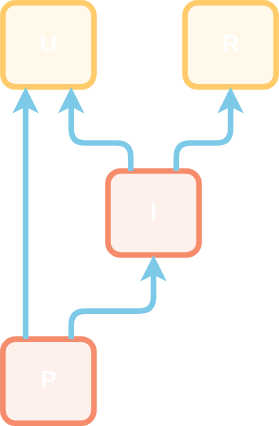
Before: drawio/urip.drawio.svg, a diagram exported from draw.io (alfertev2014/holyjs-2026-autumn). Source tidied: cells renumbered, new cells last; positions are measured from the earlier drawing's top-left corner, leaving out a move shared by most shapes. The source it was exported from:
```xml
<mxGraphModel>
  <root>
    <mxCell id="0" />
    <mxCell id="1" parent="0" />
    <mxCell id="2" value="&lt;span style=&quot;color: light-dark(rgb(255, 255, 255), rgb(255, 255, 255));&quot;&gt;U&lt;/span&gt;" style="rounded=1;whiteSpace=wrap;html=1;roundedPerimeter=1;strokeWidth=4;strokeColor=light-dark(#FFCB6B,#FFCB6B);fillColor=light-dark(#FFCB6B22,#FFCB6B22);fontSize=17;fontStyle=1;" parent="1" vertex="1">
      <mxGeometry width="65" height="60" as="geometry" />
    </mxCell>
    <mxCell id="3" value="&lt;span style=&quot;color: light-dark(rgb(255, 255, 255), rgb(255, 255, 255));&quot;&gt;R&lt;/span&gt;" style="rounded=1;whiteSpace=wrap;html=1;roundedPerimeter=1;strokeWidth=4;strokeColor=light-dark(#FFCB6B,#FFCB6B);fillColor=light-dark(#FFCB6B22,#FFCB6B22);fontSize=17;fontStyle=1;" parent="1" vertex="1">
      <mxGeometry x="130" width="65" height="60" as="geometry" />
    </mxCell>
    <mxCell id="4" value="&lt;span style=&quot;color: light-dark(rgb(255, 255, 255), rgb(255, 255, 255));&quot;&gt;I&lt;/span&gt;" style="rounded=1;whiteSpace=wrap;html=1;roundedPerimeter=1;strokeWidth=4;strokeColor=light-dark(#F78C6C,#F78C6C);fillColor=light-dark(#F78C6C22,#F78C6C22);fontSize=17;fontStyle=1;" parent="1" vertex="1">
      <mxGeometry x="75" y="120" width="65" height="60" as="geometry" />
    </mxCell>
    <mxCell id="5" value="&lt;span style=&quot;color: light-dark(rgb(255, 255, 255), rgb(255, 255, 255));&quot;&gt;P&lt;/span&gt;" style="rounded=1;whiteSpace=wrap;html=1;roundedPerimeter=1;strokeWidth=4;strokeColor=light-dark(#F78C6C,#F78C6C);fillColor=light-dark(#F78C6C22,#F78C6C22);fontSize=17;fontStyle=1;" parent="1" vertex="1">
      <mxGeometry y="240" width="65" height="60" as="geometry" />
    </mxCell>
    <mxCell id="6" style="endArrow=classic;html=1;strokeWidth=4;strokeColor=light-dark(#7DC9E8,#7DC9E8);edgeStyle=orthogonalEdgeStyle;exitX=0.25;exitY=0;exitDx=0;exitDy=0;entryX=0.75;entryY=1;entryDx=0;entryDy=0;" parent="1" edge="1" source="4" target="2">
      <mxGeometry relative="1" as="geometry">
        <Array as="points">
          <mxPoint x="91.3" y="100" />
          <mxPoint x="48.8" y="100" />
        </Array>
      </mxGeometry>
    </mxCell>
    <mxCell id="7" style="endArrow=classic;html=1;strokeWidth=4;strokeColor=light-dark(#7DC9E8,#7DC9E8);edgeStyle=orthogonalEdgeStyle;exitX=0.75;exitY=0;exitDx=0;exitDy=0;" parent="1" edge="1" source="4" target="3">
      <mxGeometry relative="1" as="geometry">
        <Array as="points">
          <mxPoint x="123.8" y="100" />
          <mxPoint x="162.5" y="100" />
        </Array>
      </mxGeometry>
    </mxCell>
    <mxCell id="8" style="endArrow=classic;html=1;strokeWidth=4;strokeColor=light-dark(#7DC9E8,#7DC9E8);edgeStyle=orthogonalEdgeStyle;exitX=0.75;exitY=0;exitDx=0;exitDy=0;" parent="1" edge="1" source="5" target="4">
      <mxGeometry relative="1" as="geometry">
        <Array as="points">
          <mxPoint x="48.8" y="220" />
          <mxPoint x="107.5" y="220" />
        </Array>
      </mxGeometry>
    </mxCell>
    <mxCell id="9" style="endArrow=classic;html=1;strokeWidth=4;strokeColor=light-dark(#7DC9E8,#7DC9E8);edgeStyle=orthogonalEdgeStyle;entryX=0.25;entryY=1;entryDx=0;entryDy=0;exitX=0.25;exitY=0;exitDx=0;exitDy=0;" parent="1" edge="1" source="5" target="2">
      <mxGeometry relative="1" as="geometry" />
    </mxCell>
  </root>
</mxGraphModel>
```
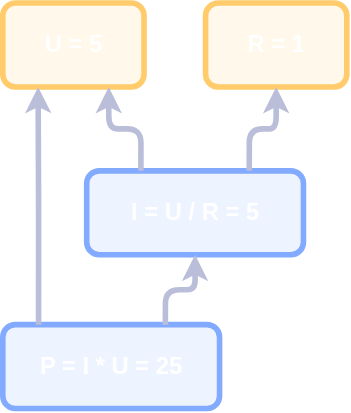
The same file after the commit.

Change to the diagram source:
```diff
@@ -2,43 +2,28 @@
   <root>
     <mxCell id="0" />
     <mxCell id="1" parent="0" />
-    <mxCell id="2" value="&lt;span style=&quot;color: light-dark(rgb(255, 255, 255), rgb(255, 255, 255));&quot;&gt;U&lt;/span&gt;" style="rounded=1;whiteSpace=wrap;html=1;roundedPerimeter=1;strokeWidth=4;strokeColor=light-dark(#FFCB6B,#FFCB6B);fillColor=light-dark(#FFCB6B22,#FFCB6B22);fontSize=17;fontStyle=1;" parent="1" vertex="1">
-      <mxGeometry width="65" height="60" as="geometry" />
+    <mxCell id="2" value="&lt;span style=&quot;color: light-dark(rgb(255, 255, 255), rgb(255, 255, 255));&quot;&gt;U = 5&lt;/span&gt;" style="rounded=1;whiteSpace=wrap;html=1;roundedPerimeter=1;strokeWidth=4;strokeColor=light-dark(#FFCB6B,#FFCB6B);fillColor=light-dark(#FFCB6B22,#FFCB6B22);fontSize=17;fontStyle=1;" parent="1" vertex="1">
+      <mxGeometry x="-25" y="-10" width="101" height="60" as="geometry" />
     </mxCell>
-    <mxCell id="3" value="&lt;span style=&quot;color: light-dark(rgb(255, 255, 255), rgb(255, 255, 255));&quot;&gt;R&lt;/span&gt;" style="rounded=1;whiteSpace=wrap;html=1;roundedPerimeter=1;strokeWidth=4;strokeColor=light-dark(#FFCB6B,#FFCB6B);fillColor=light-dark(#FFCB6B22,#FFCB6B22);fontSize=17;fontStyle=1;" parent="1" vertex="1">
-      <mxGeometry x="130" width="65" height="60" as="geometry" />
+    <mxCell id="3" value="&lt;span style=&quot;color: light-dark(rgb(255, 255, 255), rgb(255, 255, 255));&quot;&gt;R = 1&lt;/span&gt;" style="rounded=1;whiteSpace=wrap;html=1;roundedPerimeter=1;strokeWidth=4;strokeColor=light-dark(#FFCB6B,#FFCB6B);fillColor=light-dark(#FFCB6B22,#FFCB6B22);fontSize=17;fontStyle=1;" parent="1" vertex="1">
+      <mxGeometry x="120" y="-10" width="101" height="60" as="geometry" />
     </mxCell>
-    <mxCell id="4" value="&lt;span style=&quot;color: light-dark(rgb(255, 255, 255), rgb(255, 255, 255));&quot;&gt;I&lt;/span&gt;" style="rounded=1;whiteSpace=wrap;html=1;roundedPerimeter=1;strokeWidth=4;strokeColor=light-dark(#F78C6C,#F78C6C);fillColor=light-dark(#F78C6C22,#F78C6C22);fontSize=17;fontStyle=1;" parent="1" vertex="1">
-      <mxGeometry x="75" y="120" width="65" height="60" as="geometry" />
+    <mxCell id="4" value="&lt;span style=&quot;color: light-dark(rgb(255, 255, 255), rgb(255, 255, 255));&quot;&gt;I = U / R = 5&lt;/span&gt;" style="rounded=1;whiteSpace=wrap;html=1;roundedPerimeter=1;strokeWidth=4;strokeColor=light-dark(#82AAFF,#82AAFF);fillColor=light-dark(#82AAFF22,#82AAFF22);fontSize=17;fontStyle=1;" parent="1" vertex="1">
+      <mxGeometry x="35" y="110" width="155" height="60" as="geometry" />
     </mxCell>
-    <mxCell id="5" value="&lt;span style=&quot;color: light-dark(rgb(255, 255, 255), rgb(255, 255, 255));&quot;&gt;P&lt;/span&gt;" style="rounded=1;whiteSpace=wrap;html=1;roundedPerimeter=1;strokeWidth=4;strokeColor=light-dark(#F78C6C,#F78C6C);fillColor=light-dark(#F78C6C22,#F78C6C22);fontSize=17;fontStyle=1;" parent="1" vertex="1">
-      <mxGeometry y="240" width="65" height="60" as="geometry" />
+    <mxCell id="5" value="&lt;span style=&quot;color: light-dark(rgb(255, 255, 255), rgb(255, 255, 255));&quot;&gt;P = I * U = 25&lt;/span&gt;" style="rounded=1;whiteSpace=wrap;html=1;roundedPerimeter=1;strokeWidth=4;strokeColor=light-dark(#82AAFF,#82AAFF);fillColor=light-dark(#82AAFF22,#82AAFF22);fontSize=17;fontStyle=1;" parent="1" vertex="1">
+      <mxGeometry x="-25" y="220" width="155" height="60" as="geometry" />
     </mxCell>
-    <mxCell id="6" style="endArrow=classic;html=1;strokeWidth=4;strokeColor=light-dark(#7DC9E8,#7DC9E8);edgeStyle=orthogonalEdgeStyle;exitX=0.25;exitY=0;exitDx=0;exitDy=0;entryX=0.75;entryY=1;entryDx=0;entryDy=0;" parent="1" edge="1" source="4" target="2">
-      <mxGeometry relative="1" as="geometry">
-        <Array as="points">
-          <mxPoint x="91.3" y="100" />
-          <mxPoint x="48.8" y="100" />
-        </Array>
-      </mxGeometry>
+    <mxCell id="6" style="endArrow=classic;html=1;strokeWidth=4;strokeColor=light-dark(#BABED8,#BABED8);edgeStyle=orthogonalEdgeStyle;exitX=0.25;exitY=0;exitDx=0;exitDy=0;entryX=0.75;entryY=1;entryDx=0;entryDy=0;" parent="1" edge="1" source="4" target="2">
+      <mxGeometry relative="1" as="geometry" />
     </mxCell>
-    <mxCell id="7" style="endArrow=classic;html=1;strokeWidth=4;strokeColor=light-dark(#7DC9E8,#7DC9E8);edgeStyle=orthogonalEdgeStyle;exitX=0.75;exitY=0;exitDx=0;exitDy=0;" parent="1" edge="1" source="4" target="3">
-      <mxGeometry relative="1" as="geometry">
-        <Array as="points">
-          <mxPoint x="123.8" y="100" />
-          <mxPoint x="162.5" y="100" />
-        </Array>
-      </mxGeometry>
+    <mxCell id="7" style="endArrow=classic;html=1;strokeWidth=4;strokeColor=light-dark(#BABED8,#BABED8);edgeStyle=orthogonalEdgeStyle;exitX=0.75;exitY=0;exitDx=0;exitDy=0;entryX=0.5;entryY=1;entryDx=0;entryDy=0;" parent="1" edge="1" source="4" target="3">
+      <mxGeometry relative="1" as="geometry" />
     </mxCell>
-    <mxCell id="8" style="endArrow=classic;html=1;strokeWidth=4;strokeColor=light-dark(#7DC9E8,#7DC9E8);edgeStyle=orthogonalEdgeStyle;exitX=0.75;exitY=0;exitDx=0;exitDy=0;" parent="1" edge="1" source="5" target="4">
-      <mxGeometry relative="1" as="geometry">
-        <Array as="points">
-          <mxPoint x="48.8" y="220" />
-          <mxPoint x="107.5" y="220" />
-        </Array>
-      </mxGeometry>
+    <mxCell id="8" style="endArrow=classic;html=1;strokeWidth=4;strokeColor=light-dark(#BABED8,#BABED8);edgeStyle=orthogonalEdgeStyle;exitX=0.75;exitY=0;exitDx=0;exitDy=0;entryX=0.5;entryY=1;entryDx=0;entryDy=0;" parent="1" edge="1" source="5" target="4">
+      <mxGeometry relative="1" as="geometry" />
     </mxCell>
-    <mxCell id="9" style="endArrow=classic;html=1;strokeWidth=4;strokeColor=light-dark(#7DC9E8,#7DC9E8);edgeStyle=orthogonalEdgeStyle;entryX=0.25;entryY=1;entryDx=0;entryDy=0;exitX=0.25;exitY=0;exitDx=0;exitDy=0;" parent="1" edge="1" source="5" target="2">
+    <mxCell id="9" style="endArrow=classic;html=1;strokeWidth=4;strokeColor=light-dark(#BABED8,#BABED8);edgeStyle=orthogonalEdgeStyle;entryX=0.25;entryY=1;entryDx=0;entryDy=0;exitX=0.171;exitY=0.009;exitDx=0;exitDy=0;" parent="1" edge="1" source="5" target="2">
       <mxGeometry relative="1" as="geometry" />
     </mxCell>
   </root>
```
